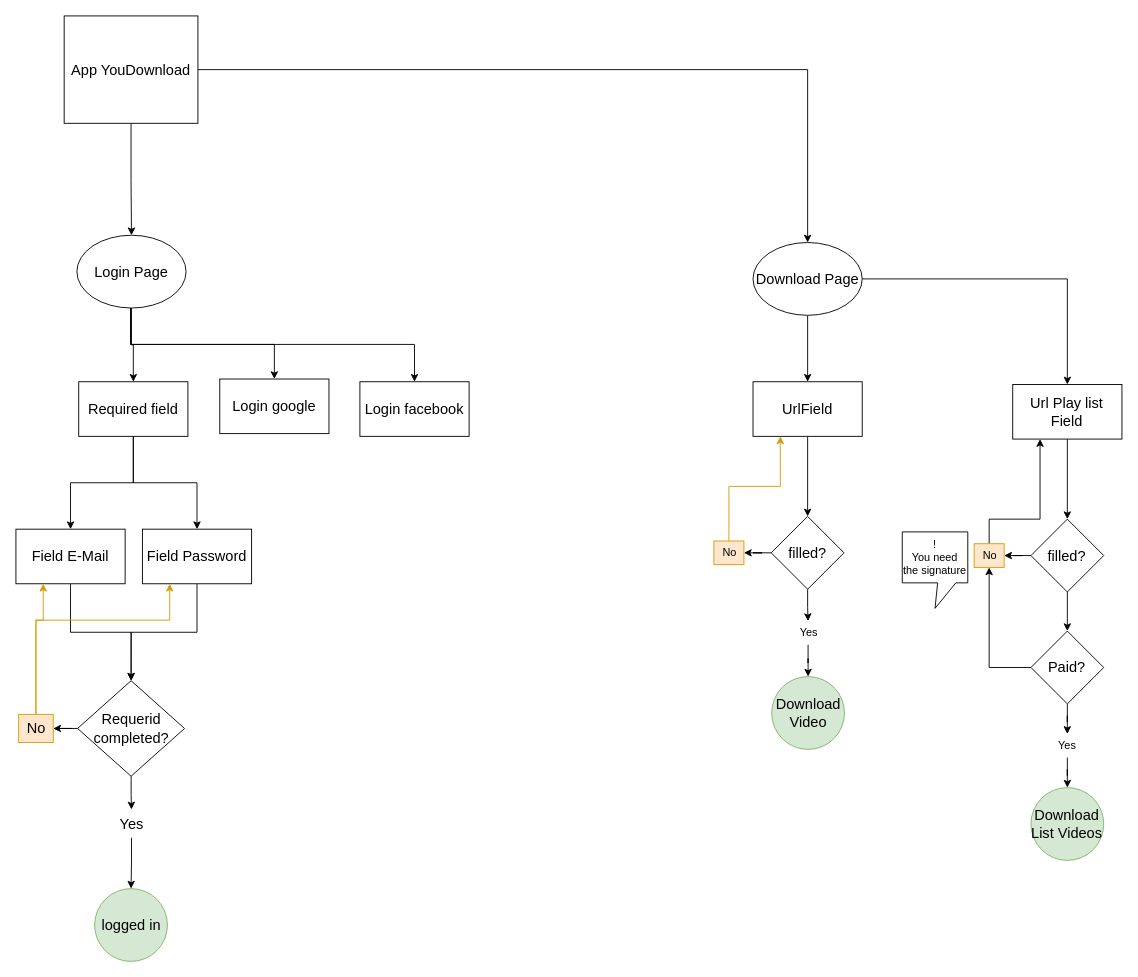
Before: Youdownload.drawio in gabrimota/Diagramas, a draw.io diagram. Source tidied: cells renumbered, new cells numbered last; positions are measured from the earlier drawing's top-left corner, leaving out a move shared by most shapes. Both pictures are drawn from the tidied source at 91%, with x=0, y=0 at pixel (15, 15).
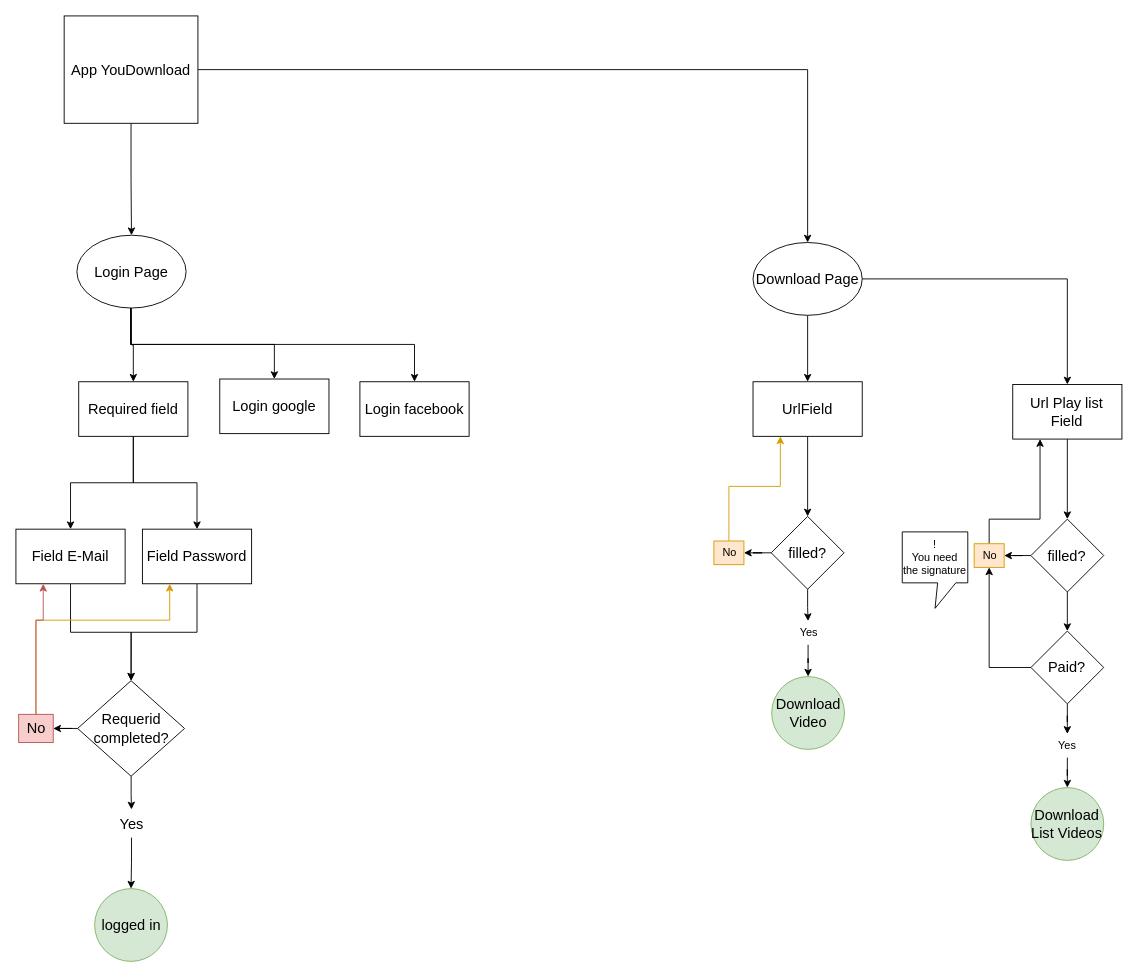
The same page after the edit.

Unchanged cells that the change refers to:
```xml
<mxCell id="14" value="Field E-Mail" style="rounded=0;whiteSpace=wrap;html=1;fontSize=16;" parent="1" vertex="1">
  <mxGeometry y="564" width="120" height="60" as="geometry" />
</mxCell>
```

The edit, as a diff of the source:
```diff
@@
-    <mxCell id="21" style="edgeStyle=orthogonalEdgeStyle;rounded=0;jettySize=auto;html=1;entryX=0.25;entryY=1;entryDx=0;entryDy=0;fillColor=#ffe6cc;strokeColor=#d79b00;" parent="1" edge="1" source="22" target="14">
+    <mxCell id="21" style="edgeStyle=orthogonalEdgeStyle;rounded=0;jettySize=auto;html=1;entryX=0.25;entryY=1;entryDx=0;entryDy=0;fillColor=#f8cecc;strokeColor=#b85450;" parent="1" edge="1" source="22" target="14">
       <mxGeometry relative="1" as="geometry">
         <Array as="points">
           <mxPoint x="22" y="664" />
           <mxPoint x="30" y="664" />
         </Array>
       </mxGeometry>
     </mxCell>
-    <mxCell id="22" value="No" style="text;html=1;align=center;verticalAlign=middle;points=[];strokeColor=#d79b00;fillColor=#ffe6cc;fontSize=16;" parent="1" vertex="1">
+    <mxCell id="22" value="No" style="text;html=1;align=center;verticalAlign=middle;points=[];strokeColor=#b85450;fillColor=#f8cecc;fontSize=16;" parent="1" vertex="1">
       <mxGeometry x="3" y="767.5" width="38" height="31" as="geometry" />
     </mxCell>
```
